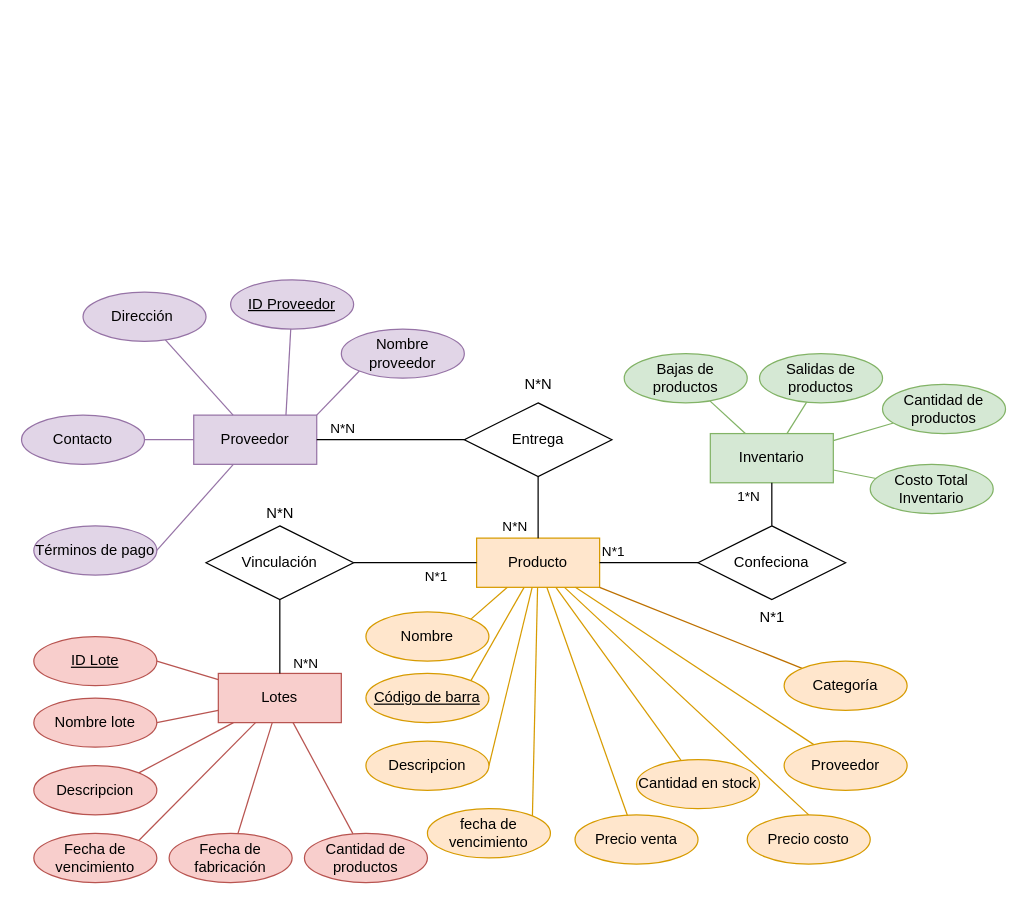
The draw.io diagram Diagrama sin título.drawio in JotaMont/Evaluacion-2-Front-End, before the edit. Source tidied: cells renumbered, new cells numbered last; positions are measured from the earlier drawing's top-left corner, leaving out a move shared by most shapes. Both pictures are drawn from the tidied source at 123%, with x=0, y=0 at pixel (21, 279).
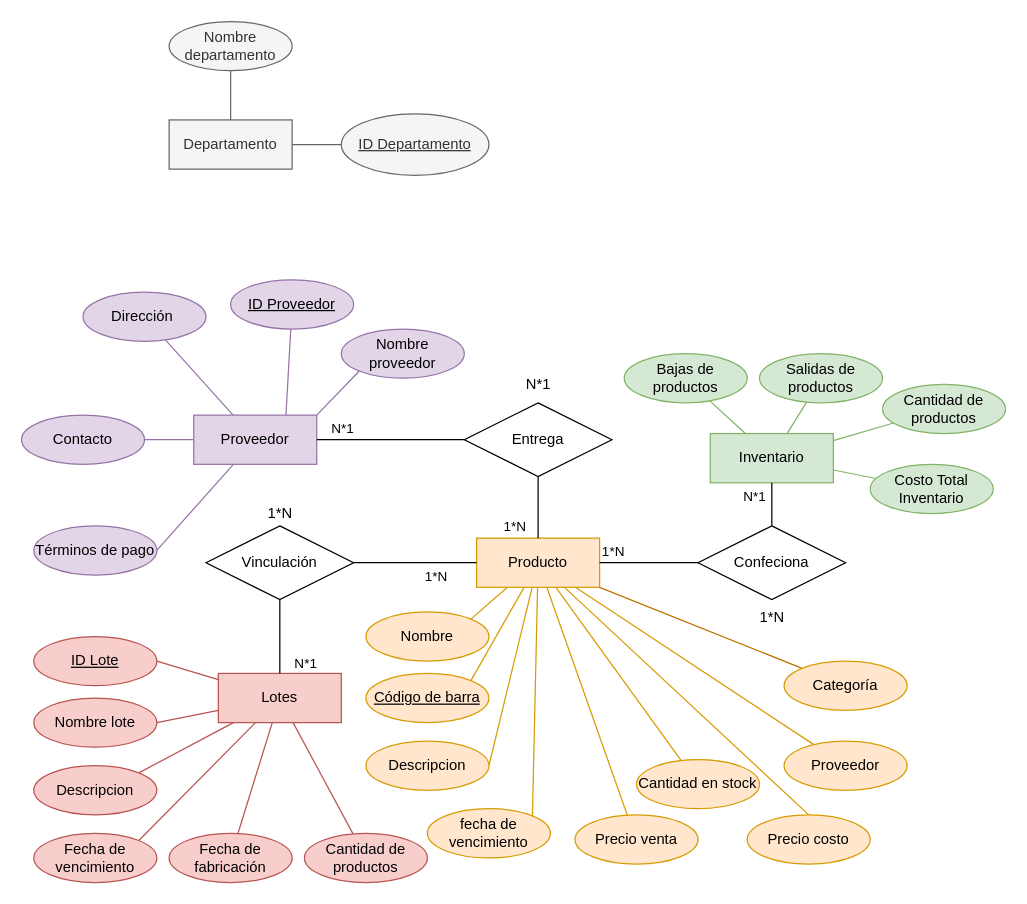
The same diagram, later.

Unchanged cells that the change refers to:
```xml
<mxCell id="45" style="rounded=0;jettySize=auto;html=1;endArrow=none;endFill=0;" parent="1" edge="1" source="47" target="3">
  <mxGeometry relative="1" as="geometry" />
</mxCell>
<mxCell id="48" style="rounded=0;jettySize=auto;html=1;endArrow=none;endFill=0;" parent="1" edge="1" source="52" target="3">
  <mxGeometry relative="1" as="geometry" />
</mxCell>
<mxCell id="50" style="rounded=0;jettySize=auto;html=1;endArrow=none;endFill=0;" parent="1" edge="1" source="52" target="4">
  <mxGeometry relative="1" as="geometry" />
</mxCell>
<mxCell id="64" style="endArrow=none;html=1;rounded=0;exitX=1;exitY=0.5;exitDx=0;exitDy=0;entryX=0;entryY=0.5;entryDx=0;entryDy=0;" parent="1" edge="1" source="3" target="63">
  <mxGeometry relative="1" as="geometry" />
</mxCell>
<mxCell id="66" style="endArrow=none;html=1;rounded=0;entryX=0.5;entryY=0;entryDx=0;entryDy=0;exitX=0.5;exitY=1;exitDx=0;exitDy=0;" parent="1" edge="1" source="54" target="63">
  <mxGeometry relative="1" as="geometry" />
</mxCell>
<mxCell id="68" style="endArrow=none;html=1;rounded=0;exitX=1;exitY=0.5;exitDx=0;exitDy=0;entryX=0;entryY=0.5;entryDx=0;entryDy=0;" parent="1" edge="1" source="2" target="47">
  <mxGeometry relative="1" as="geometry" />
</mxCell>
```

The edit, as a diff of the source:
```diff
@@
-    <mxCell id="46" value="N*N" style="edgeLabel;html=1;align=center;verticalAlign=middle;" parent="45" vertex="1">
+    <mxCell id="46" value="1*N" style="edgeLabel;html=1;align=center;verticalAlign=middle;" parent="45" vertex="1">
       <mxGeometry x="0.68" y="-2" relative="1" as="geometry">
         <mxPoint x="-18" y="-2" as="offset" />
       </mxGeometry>
     </mxCell>
@@
-    <mxCell id="49" value="N*1" style="edgeLabel;html=1;align=center;verticalAlign=middle;" parent="48" vertex="1">
+    <mxCell id="49" value="1*N" style="edgeLabel;html=1;align=center;verticalAlign=middle;" parent="48" vertex="1">
       <mxGeometry x="0.44" y="1" relative="1" as="geometry">
         <mxPoint x="-6" y="11" as="offset" />
       </mxGeometry>
     </mxCell>
@@
-    <mxCell id="51" value="N*N" style="edgeLabel;html=1;align=center;verticalAlign=middle;" parent="50" vertex="1">
+    <mxCell id="51" value="N*1" style="edgeLabel;html=1;align=center;verticalAlign=middle;" parent="50" vertex="1">
       <mxGeometry x="0.7" relative="1" as="geometry">
         <mxPoint x="20" as="offset" />
       </mxGeometry>
     </mxCell>
@@
-    <mxCell id="53" value="N*N" style="text;html=1;align=center;verticalAlign=middle;strokeColor=none;fillColor=none;" parent="1" vertex="1">
-      <mxGeometry x="185" y="175" width="50" height="30" as="geometry" />
+    <mxCell id="53" value="1*N" style="text;html=1;align=center;verticalAlign=middle;strokeColor=none;fillColor=none;" parent="1" vertex="1">
+      <mxGeometry x="190" y="175" width="40" height="30" as="geometry" />
     </mxCell>
@@
     <mxCell id="65" value="N*1" style="edgeLabel;html=1;align=center;verticalAlign=middle;" parent="64" vertex="1">
       <mxGeometry x="-0.71" y="4" relative="1" as="geometry">
-        <mxPoint x="-2" y="-6" as="offset" />
+        <mxPoint x="113" y="-51" as="offset" />
       </mxGeometry>
     </mxCell>
@@
     <mxCell id="67" value="1*N" style="edgeLabel;html=1;align=center;verticalAlign=middle;" parent="66" vertex="1">
       <mxGeometry x="-0.49" relative="1" as="geometry">
-        <mxPoint x="-20" y="1" as="offset" />
+        <mxPoint x="-130" y="46" as="offset" />
       </mxGeometry>
     </mxCell>
@@
-    <mxCell id="69" value="N*N" style="edgeLabel;html=1;align=center;verticalAlign=middle;" parent="68" vertex="1">
+    <mxCell id="69" value="N*1" style="edgeLabel;html=1;align=center;verticalAlign=middle;" parent="68" vertex="1">
       <mxGeometry x="-0.62" y="-2" relative="1" as="geometry">
         <mxPoint x="-3" y="-12" as="offset" />
       </mxGeometry>
     </mxCell>
@@
-    <mxCell id="71" value="N*N" style="text;html=1;align=center;verticalAlign=middle;strokeColor=none;fillColor=none;" parent="1" vertex="1">
-      <mxGeometry x="395" y="70" width="50" height="30" as="geometry" />
+    <mxCell id="71" value="N*1" style="text;html=1;align=center;verticalAlign=middle;strokeColor=none;fillColor=none;" parent="1" vertex="1">
+      <mxGeometry x="400" y="70" width="40" height="30" as="geometry" />
     </mxCell>
-    <mxCell id="72" value="N*1" style="text;html=1;align=center;verticalAlign=middle;strokeColor=none;fillColor=none;" parent="1" vertex="1">
+    <mxCell id="72" value="1*N" style="text;html=1;align=center;verticalAlign=middle;strokeColor=none;fillColor=none;" parent="1" vertex="1">
       <mxGeometry x="590" y="260" width="40" height="30" as="geometry" />
     </mxCell>
+    <mxCell id="73" style="edgeStyle=orthogonalEdgeStyle;rounded=0;jettySize=auto;html=1;exitX=1;exitY=0.5;exitDx=0;exitDy=0;entryX=0;entryY=0.5;entryDx=0;entryDy=0;endArrow=none;endFill=0;fillColor=#f5f5f5;strokeColor=#666666;" parent="1" edge="1" source="75" target="76">
+      <mxGeometry relative="1" as="geometry" />
+    </mxCell>
+    <mxCell id="74" style="edgeStyle=orthogonalEdgeStyle;rounded=0;jettySize=auto;html=1;exitX=0.5;exitY=0;exitDx=0;exitDy=0;entryX=0.5;entryY=1;entryDx=0;entryDy=0;endArrow=none;endFill=0;fillColor=#f5f5f5;strokeColor=#666666;" parent="1" edge="1" source="75" target="77">
+      <mxGeometry relative="1" as="geometry" />
+    </mxCell>
+    <mxCell id="75" value="Departamento" style="whiteSpace=wrap;html=1;align=center;fillColor=#f5f5f5;strokeColor=#666666;fontColor=#333333;" parent="1" vertex="1">
+      <mxGeometry x="120" y="-130" width="100" height="40" as="geometry" />
+    </mxCell>
+    <mxCell id="76" value="ID Departamento" style="ellipse;whiteSpace=wrap;html=1;align=center;fontStyle=4;fillColor=#f5f5f5;strokeColor=#666666;fontColor=#333333;" parent="1" vertex="1">
+      <mxGeometry x="260" y="-135" width="120" height="50" as="geometry" />
+    </mxCell>
+    <mxCell id="77" value="Nombre departamento" style="ellipse;whiteSpace=wrap;html=1;align=center;fontStyle=0;fillColor=#f5f5f5;strokeColor=#666666;fontColor=#333333;" parent="1" vertex="1">
+      <mxGeometry x="120" y="-210" width="100" height="40" as="geometry" />
+    </mxCell>
```
